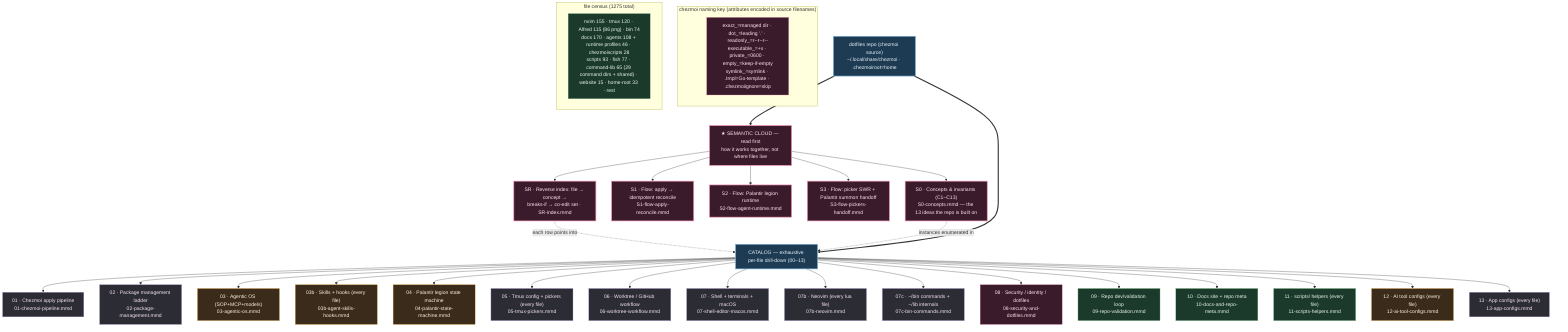
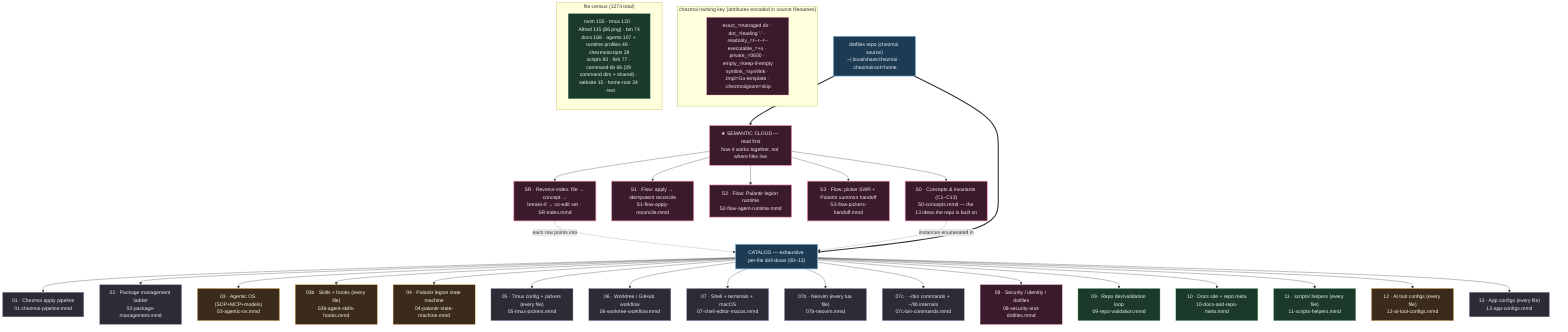
%% ============================================================================
%% 00-overview.mmd — Master navigation map for kapral18/dotfiles
%% TWO LAYERS:
%%   SEMANTIC CLOUD (read first) — how the system THINKS: concepts+invariants
%%     (S0), cross-cutting flows (S1/S2/S3), and a reverse index (SR) that maps
%%     any file to its concept, blast radius, and co-edit set.
%%   CATALOG (drill-down) — how the system is LAID OUT: 00-13 enumerate every
- %%     one of the 1275 files in the effective git file set by exact chezmoi source path.
+ %%     one of the 1274 files in the effective git file set by exact chezmoi source path.
%% `home/` is chezmoi source deployed to $HOME; scripts/tools/website/docs are
%% repo-side (NOT deployed). Each node → a deeper .mmd.
%% ============================================================================
graph TD
    classDef entry fill:#1d3b53,stroke:#7fb3d5,color:#eaf2f8,stroke-width:2px;
    classDef sys fill:#2c2c34,stroke:#b39ddb,color:#f3e5f5;
    classDef ai fill:#3a2b1b,stroke:#ffb74d,color:#fff3e0;
    classDef repo fill:#1b3a2b,stroke:#81c784,color:#e8f5e9;
    classDef data fill:#3a1b2b,stroke:#f48fb1,color:#fce4ec;
    classDef sem fill:#3a1b2b,stroke:#f48fb1,color:#fce4ec,stroke-width:2px;

    ROOT["dotfiles repo (chezmoi source)<br/>~/.local/share/chezmoi · .chezmoiroot=home"]:::entry

    %% ---- SEMANTIC LAYER (read before the catalog) --------------------------
    ROOT ==> SEMHEAD["★ SEMANTIC CLOUD — read first<br/>how it works together, not where files live"]:::sem
    SEMHEAD --> S0["S0 · Concepts & invariants (C1–C13)<br/>S0-concepts.mmd — the 13 ideas the repo is built on"]:::sem
    SEMHEAD --> S1["S1 · Flow: apply → idempotent reconcile<br/>S1-flow-apply-reconcile.mmd"]:::sem
    SEMHEAD --> S2["S2 · Flow: Palantir legion runtime<br/>S2-flow-agent-runtime.mmd"]:::sem
    SEMHEAD --> S3["S3 · Flow: picker SWR + Palantir summon handoff<br/>S3-flow-pickers-handoff.mmd"]:::sem
    SEMHEAD --> SR["SR · Reverse index: file → concept →<br/>breaks-if → co-edit set · SR-index.mmd"]:::sem
    SR -. "each row points into" .-> CATHEAD
    S0 -. "instances enumerated in" .-> CATHEAD

    %% ---- CATALOG LAYER (exhaustive per-file drill-down) --------------------
    ROOT ==> CATHEAD["CATALOG — exhaustive per-file drill-down (00–13)"]:::entry

    CATHEAD --> CZ["01 · Chezmoi apply pipeline<br/>01-chezmoi-pipeline.mmd"]:::sys
    CATHEAD --> PKG["02 · Package management ladder<br/>02-package-management.mmd"]:::sys
    CATHEAD --> AIOS["03 · Agentic OS (SOP+MCP+models)<br/>03-agentic-os.mmd"]:::ai
    CATHEAD --> SKILLS["03b · Skills + hooks (every file)<br/>03b-agent-skills-hooks.mmd"]:::ai
    CATHEAD --> PAL["04 · Palantir legion state machine<br/>04-palantir-state-machine.mmd"]:::ai
    CATHEAD --> TMUX["05 · Tmux config + pickers (every file)<br/>05-tmux-pickers.mmd"]:::sys
    CATHEAD --> WT["06 · Worktree / GitHub workflow<br/>06-worktree-workflow.mmd"]:::sys
    CATHEAD --> SEM["07 · Shell + terminals + macOS<br/>07-shell-editor-macos.mmd"]:::sys
    CATHEAD --> NVIM["07b · Neovim (every lua file)<br/>07b-neovim.mmd"]:::sys
    CATHEAD --> BIN["07c · ~/bin commands + ~/lib internals<br/>07c-bin-commands.mmd"]:::sys
    CATHEAD --> SEC["08 · Security / identity / dotfiles<br/>08-security-and-dotfiles.mmd"]:::data
    CATHEAD --> VAL["09 · Repo dev/validation loop<br/>09-repo-validation.mmd"]:::repo
    CATHEAD --> DOCS["10 · Docs site + repo meta<br/>10-docs-and-repo-meta.mmd"]:::repo
    CATHEAD --> SCRIPTS["11 · scripts/ helpers (every file)<br/>11-scripts-helpers.mmd"]:::repo
    CATHEAD --> AICFG["12 · AI tool configs (every file)<br/>12-ai-tool-configs.mmd"]:::ai
    CATHEAD --> APPS["13 · App configs (every file)<br/>13-app-configs.mmd"]:::sys

    subgraph KEY["chezmoi naming key (attributes encoded in source filenames)"]
        K1["exact_=managed dir · dot_=leading '.' · readonly_=r--r--r--<br/>executable_=+x · private_=0600 · empty_=keep-if-empty<br/>symlink_=symlink · .tmpl=Go-template · .chezmoiignore=skip"]:::data
    end

-     subgraph COUNTS["file census (1275 total)"]
-         C1["nvim 155 · tmux 120 · Alfred 115 (86 png) · bin 74<br/>docs 170 · agents 108 + runtime profiles 46 · chezmoiscripts 28<br/>scripts 93 · fish 77 · command-lib 65 (29 command dirs + shared) · website 15 · home-root 33 · rest"]:::repo
+     subgraph COUNTS["file census (1274 total)"]
+         C1["nvim 155 · tmux 120 · Alfred 115 (86 png) · bin 74<br/>docs 168 · agents 107 + runtime profiles 46 · chezmoiscripts 28<br/>scripts 93 · fish 77 · command-lib 66 (29 command dirs + shared) · website 15 · home-root 34 · rest"]:::repo
    end
